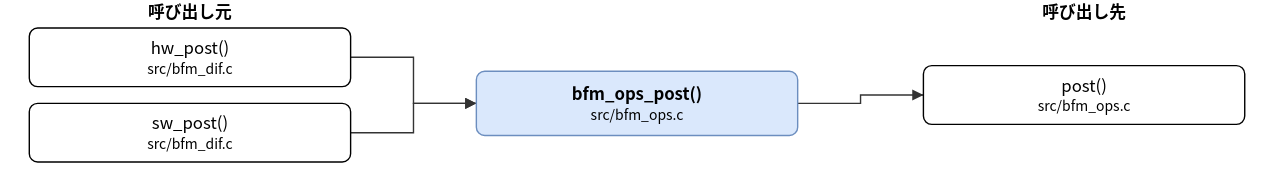
hf355051012-ai/bfmem keeps this draw.io diagram as doc/spec/images/call_src_bfm_ops-bfm_ops_post.drawio.svg. Above is the earlier version. Source tidied: cells renumbered, new cells last; positions are measured from the earlier drawing's top-left corner, leaving out a move shared by most shapes.
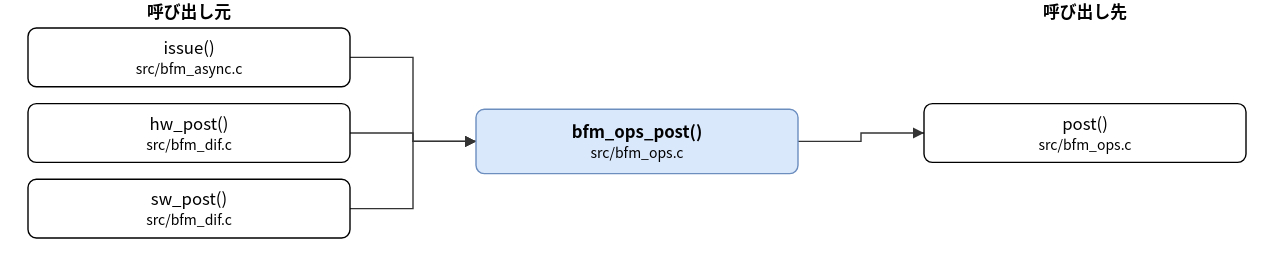
Above is the later version.

Diff of the diagram source:
```diff
@@ -3,22 +3,25 @@
     <mxCell id="0" />
     <mxCell id="1" parent="0" />
     <mxCell id="2" value="bfm_ops_post()&lt;br&gt;&lt;font style=&quot;font-size:10px&quot;&gt;src/bfm_ops.c&lt;/font&gt;" style="rounded=1;whiteSpace=wrap;html=1;fillColor=#dae8fc;strokeColor=#6c8ebf;fontStyle=1;" parent="1" vertex="1">
-      <mxGeometry x="320" y="51" width="230" height="46" as="geometry" />
+      <mxGeometry x="320" y="78" width="230" height="46" as="geometry" />
     </mxCell>
-    <mxCell id="3" value="hw_post()&lt;br&gt;&lt;font style=&quot;font-size:10px&quot;&gt;src/bfm_dif.c&lt;/font&gt;" style="rounded=1;whiteSpace=wrap;html=1;" parent="1" vertex="1">
+    <mxCell id="3" value="issue()&lt;br&gt;&lt;font style=&quot;font-size:10px&quot;&gt;src/bfm_async.c&lt;/font&gt;" style="rounded=1;whiteSpace=wrap;html=1;" parent="1" vertex="1">
       <mxGeometry y="20" width="230" height="42" as="geometry" />
     </mxCell>
-    <mxCell id="4" value="sw_post()&lt;br&gt;&lt;font style=&quot;font-size:10px&quot;&gt;src/bfm_dif.c&lt;/font&gt;" style="rounded=1;whiteSpace=wrap;html=1;" parent="1" vertex="1">
+    <mxCell id="4" value="hw_post()&lt;br&gt;&lt;font style=&quot;font-size:10px&quot;&gt;src/bfm_dif.c&lt;/font&gt;" style="rounded=1;whiteSpace=wrap;html=1;" parent="1" vertex="1">
       <mxGeometry y="74" width="230" height="42" as="geometry" />
     </mxCell>
+    <mxCell id="11" value="sw_post()&lt;br&gt;&lt;font style=&quot;font-size:10px&quot;&gt;src/bfm_dif.c&lt;/font&gt;" style="rounded=1;whiteSpace=wrap;html=1;" parent="1" vertex="1">
+      <mxGeometry y="128" width="230" height="42" as="geometry" />
+    </mxCell>
     <mxCell id="5" value="post()&lt;br&gt;&lt;font style=&quot;font-size:10px&quot;&gt;src/bfm_ops.c&lt;/font&gt;" style="rounded=1;whiteSpace=wrap;html=1;" parent="1" vertex="1">
-      <mxGeometry x="640" y="47" width="230" height="42" as="geometry" />
+      <mxGeometry x="640" y="74" width="230" height="42" as="geometry" />
     </mxCell>
     <mxCell id="6" style="edgeStyle=none;html=1;rounded=0;endArrow=block;endFill=1;exitX=1.0000;exitY=0.5000;exitDx=0;exitDy=0;exitPerimeter=0;entryX=0.0000;entryY=0.5000;entryDx=0;entryDy=0;entryPerimeter=0;" parent="1" edge="1" source="3" target="2">
       <mxGeometry relative="1" as="geometry">
         <Array as="points">
           <mxPoint x="275" y="41" />
-          <mxPoint x="275" y="74" />
+          <mxPoint x="275" y="101" />
         </Array>
       </mxGeometry>
     </mxCell>
@@ -26,18 +29,26 @@
       <mxGeometry relative="1" as="geometry">
         <Array as="points">
           <mxPoint x="275" y="95" />
-          <mxPoint x="275" y="74" />
+          <mxPoint x="275" y="101" />
         </Array>
       </mxGeometry>
     </mxCell>
-    <mxCell id="8" style="edgeStyle=none;html=1;rounded=0;endArrow=block;endFill=1;exitX=1.0000;exitY=0.5000;exitDx=0;exitDy=0;exitPerimeter=0;entryX=0.0000;entryY=0.5000;entryDx=0;entryDy=0;entryPerimeter=0;" parent="1" edge="1" source="2" target="5">
+    <mxCell id="8" style="edgeStyle=none;html=1;rounded=0;endArrow=block;endFill=1;exitX=1.0000;exitY=0.5000;exitDx=0;exitDy=0;exitPerimeter=0;entryX=0.0000;entryY=0.5000;entryDx=0;entryDy=0;entryPerimeter=0;" parent="1" edge="1" source="11" target="2">
       <mxGeometry relative="1" as="geometry">
         <Array as="points">
-          <mxPoint x="595" y="74" />
-          <mxPoint x="595" y="68" />
+          <mxPoint x="275" y="149" />
+          <mxPoint x="275" y="101" />
         </Array>
       </mxGeometry>
     </mxCell>
+    <mxCell id="12" style="edgeStyle=none;html=1;rounded=0;endArrow=block;endFill=1;exitX=1.0000;exitY=0.5000;exitDx=0;exitDy=0;exitPerimeter=0;entryX=0.0000;entryY=0.5000;entryDx=0;entryDy=0;entryPerimeter=0;" parent="1" edge="1" source="2" target="5">
+      <mxGeometry relative="1" as="geometry">
+        <Array as="points">
+          <mxPoint x="595" y="101" />
+          <mxPoint x="595" y="95" />
+        </Array>
+      </mxGeometry>
+    </mxCell>
     <mxCell id="9" value="呼び出し元" style="text;html=1;align=center;fontStyle=1;" parent="1" vertex="1">
       <mxGeometry x="35" width="160" height="18" as="geometry" />
     </mxCell>
```
